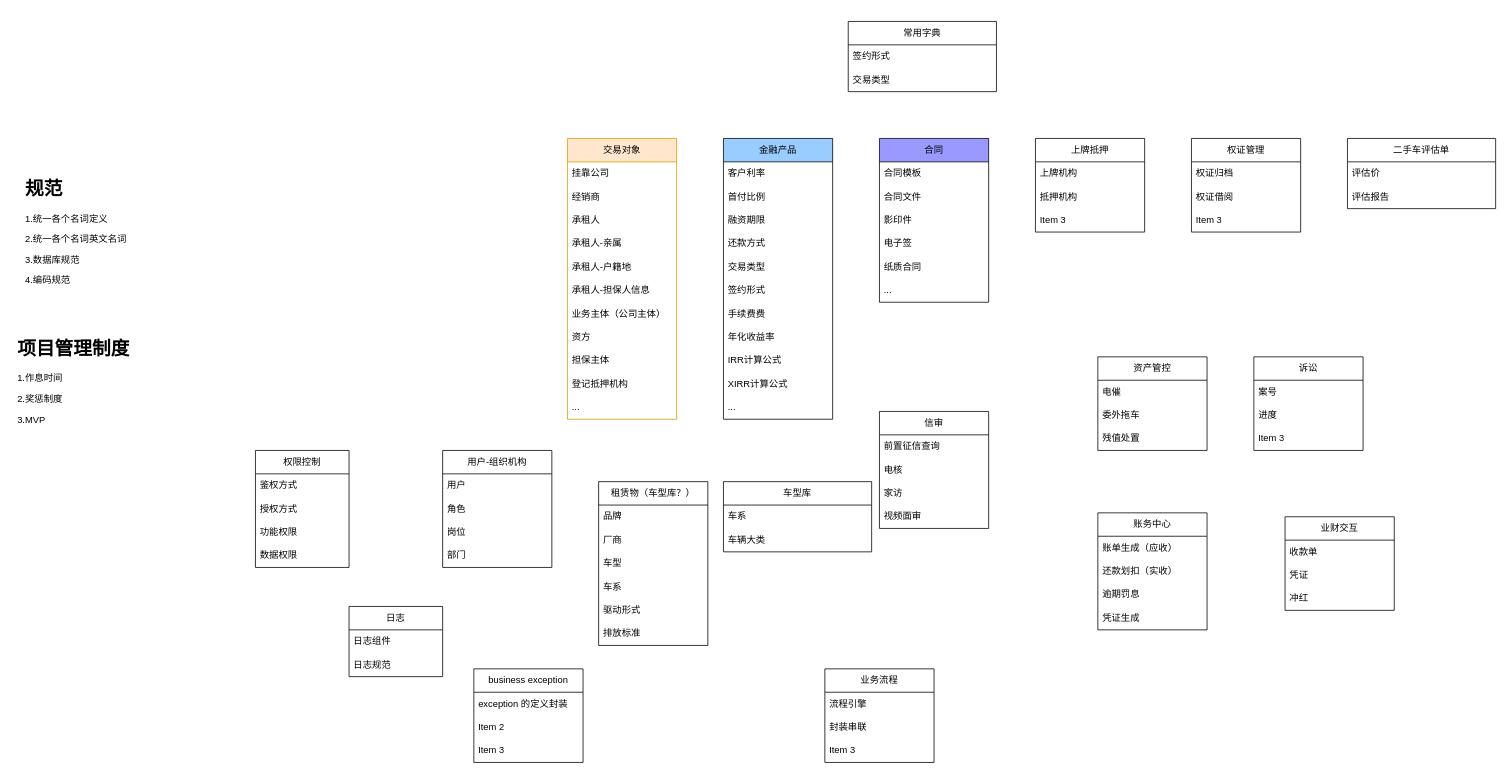
Before: 融资租赁-domain划分.drawio in XiongZen/QJReconstitution, a draw.io diagram. Source tidied: cells renumbered, new cells numbered last; positions are measured from the earlier drawing's top-left corner, leaving out a move shared by most shapes. Both pictures are drawn from the tidied source at 78%, with x=0, y=0 at pixel (13, 21).
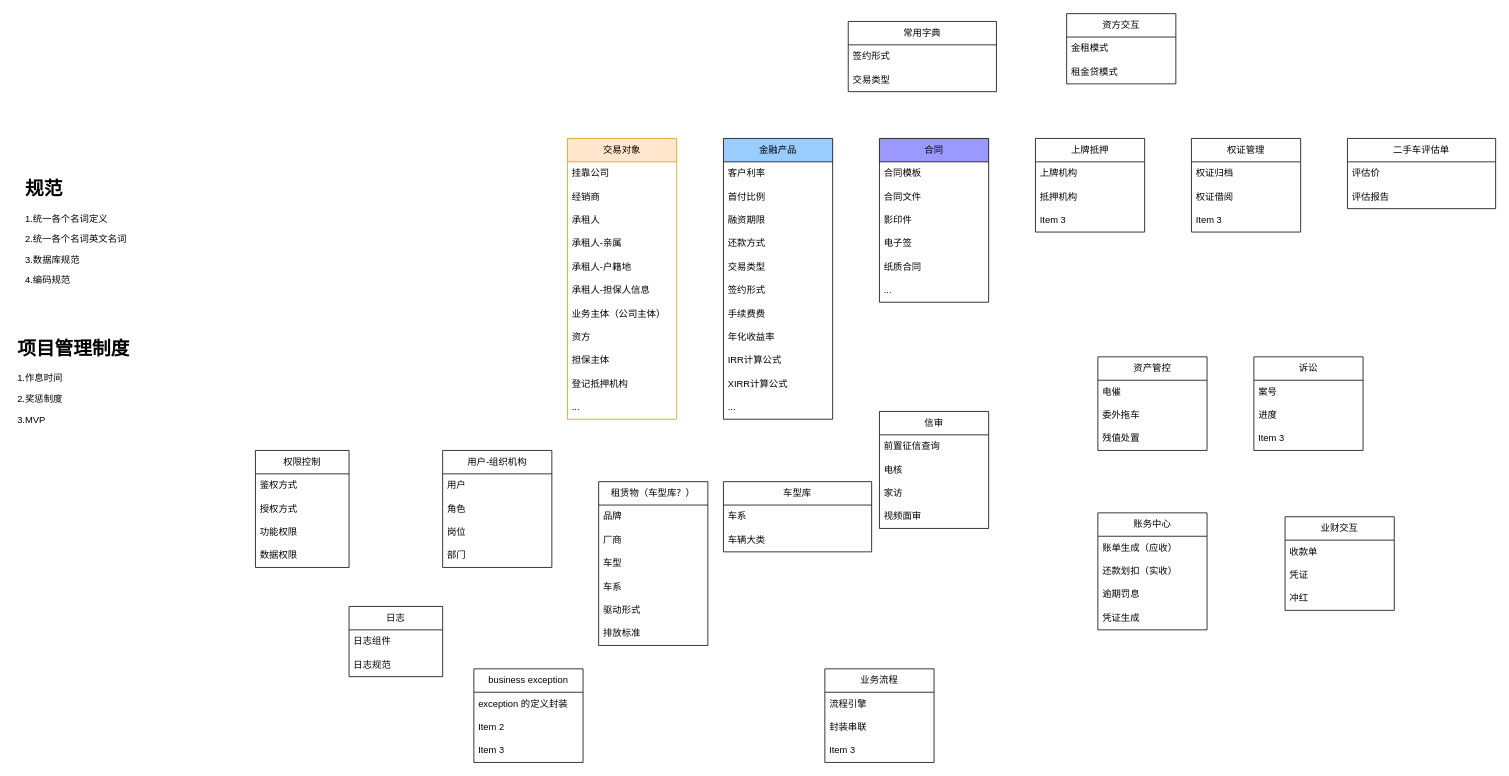
Above is the later version.

The edit, as a diff of the source:
```diff
@@
+    <mxCell id="102" value="资方交互" style="swimlane;fontStyle=0;horizontal=1;startSize=30;whiteSpace=wrap;html=1;" parent="1" vertex="1">
+      <mxGeometry x="1350" y="-10" width="140" height="90" as="geometry" />
+    </mxCell>
+    <mxCell id="103" value="金租模式" style="text;strokeColor=none;fillColor=none;align=left;verticalAlign=middle;spacingLeft=4;spacingRight=4;overflow=hidden;whiteSpace=wrap;html=1;" parent="102" vertex="1">
+      <mxGeometry y="30" width="140" height="30" as="geometry" />
+    </mxCell>
+    <mxCell id="104" value="租金贷模式" style="text;strokeColor=none;fillColor=none;align=left;verticalAlign=middle;spacingLeft=4;spacingRight=4;overflow=hidden;whiteSpace=wrap;html=1;" parent="102" vertex="1">
+      <mxGeometry y="60" width="140" height="30" as="geometry" />
+    </mxCell>
```
